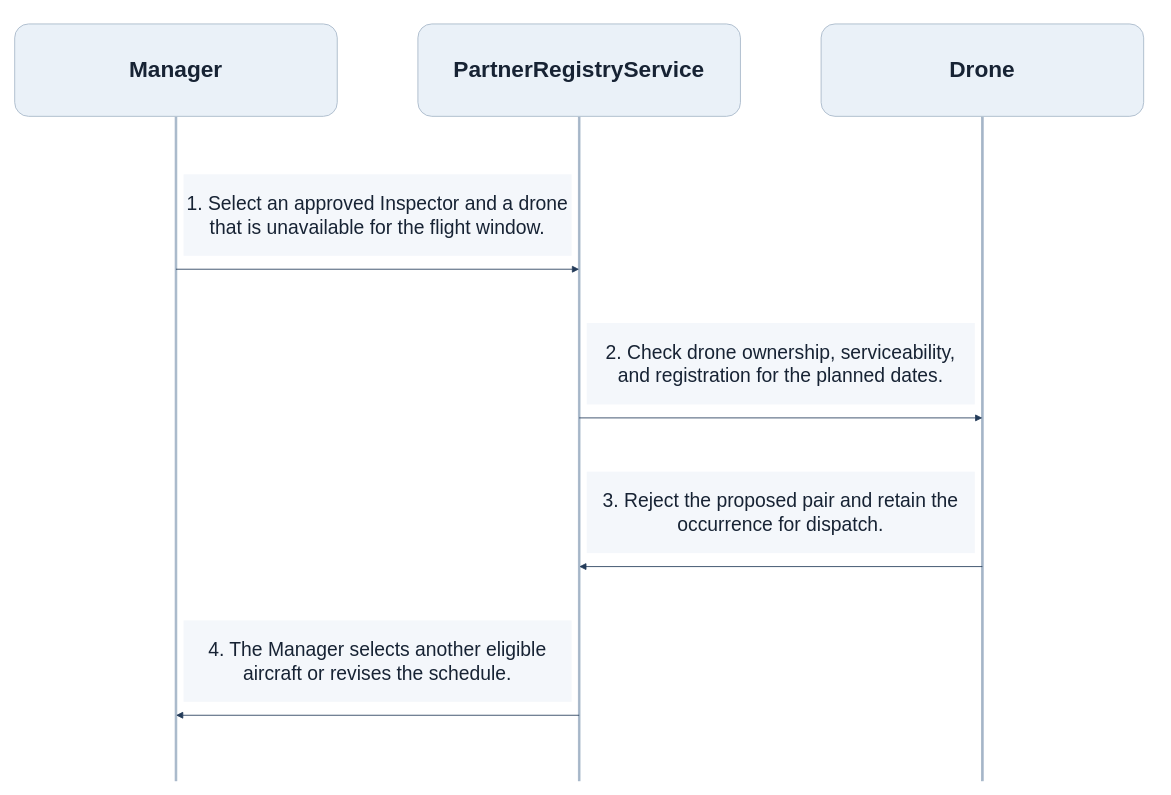
Above: page "FE-03 Drone Unavailable at Dispatch" (29 of 50) of diagrams/smartdrone-sequence-diagrams.drawio in tungbach12/SmartDroneInspection-Docs (draw.io), before the change. Source tidied: cells renumbered, new cells numbered last; positions are measured from the earlier drawing's top-left corner, leaving out a move shared by most shapes. Both pictures are drawn from the tidied source at 84%, with x=0, y=0 at pixel (14, 24).
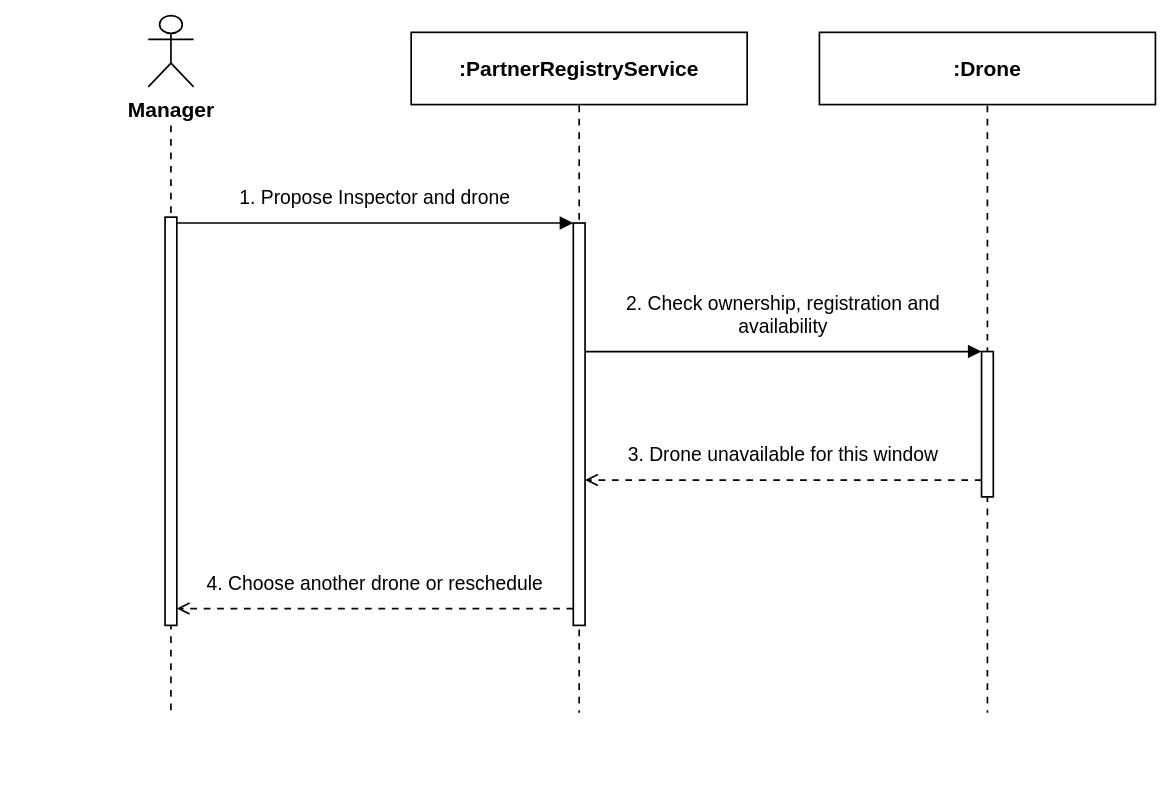
The same page after the edit.

Change to the diagram source:
```diff
@@
-<mxGraphModel>
+<mxGraphModel background="#ffffff">
@@
-    <mxCell id="2" value="Manager" style="rounded=1;whiteSpace=wrap;html=1;fillColor=#EAF1F8;strokeColor=#A5B6C8;fontColor=#172334;fontSize=27;fontStyle=1;" parent="1" vertex="1">
-      <mxGeometry width="384" height="110" as="geometry" />
+    <mxCell id="2" value="Manager" style="shape=umlActor;verticalLabelPosition=bottom;verticalAlign=top;html=1;fillColor=#ffffff;strokeColor=#000000;fontColor=#000000;fontStyle=1;fontSize=25;fontFamily=Helvetica;strokeWidth=2;spacingTop=5;" parent="1" vertex="1">
+      <mxGeometry x="159" y="-10" width="54" height="85" as="geometry" />
     </mxCell>
-    <mxCell id="3" style="strokeColor=#A5B6C8;fillColor=#A5B6C8;" parent="1" vertex="1">
-      <mxGeometry x="191" y="111" width="2" height="790" as="geometry" />
+    <mxCell id="3" style="line;strokeWidth=2;direction=south;html=1;dashed=1;dashPattern=4 4;strokeColor=#000000;fillColor=none;" parent="1" vertex="1">
+      <mxGeometry x="185" y="121" width="2" height="699" as="geometry" />
     </mxCell>
-    <mxCell id="4" value="PartnerRegistryService" style="rounded=1;whiteSpace=wrap;html=1;fillColor=#EAF1F8;strokeColor=#A5B6C8;fontColor=#172334;fontSize=27;fontStyle=1;" parent="1" vertex="1">
-      <mxGeometry x="480" width="384" height="110" as="geometry" />
+    <mxCell id="4" value=":PartnerRegistryService" style="rounded=0;whiteSpace=wrap;html=1;fillColor=#ffffff;strokeColor=#000000;strokeWidth=2;fontColor=#000000;fontStyle=1;fontSize=25;fontFamily=Helvetica;" parent="1" vertex="1">
+      <mxGeometry x="472" y="10" width="400" height="86" as="geometry" />
     </mxCell>
-    <mxCell id="5" style="strokeColor=#A5B6C8;fillColor=#A5B6C8;" parent="1" vertex="1">
-      <mxGeometry x="671" y="111" width="2" height="790" as="geometry" />
+    <mxCell id="5" style="line;strokeWidth=2;direction=south;html=1;dashed=1;dashPattern=4 4;strokeColor=#000000;fillColor=none;" parent="1" vertex="1">
+      <mxGeometry x="671" y="97" width="2" height="723" as="geometry" />
     </mxCell>
-    <mxCell id="6" value="Drone" style="rounded=1;whiteSpace=wrap;html=1;fillColor=#EAF1F8;strokeColor=#A5B6C8;fontColor=#172334;fontSize=27;fontStyle=1;" parent="1" vertex="1">
-      <mxGeometry x="960" width="384" height="110" as="geometry" />
+    <mxCell id="6" value=":Drone" style="rounded=0;whiteSpace=wrap;html=1;fillColor=#ffffff;strokeColor=#000000;strokeWidth=2;fontColor=#000000;fontStyle=1;fontSize=25;fontFamily=Helvetica;" parent="1" vertex="1">
+      <mxGeometry x="958" y="10" width="400" height="86" as="geometry" />
     </mxCell>
-    <mxCell id="7" style="strokeColor=#A5B6C8;fillColor=#A5B6C8;" parent="1" vertex="1">
-      <mxGeometry x="1151" y="111" width="2" height="790" as="geometry" />
+    <mxCell id="7" style="line;strokeWidth=2;direction=south;html=1;dashed=1;dashPattern=4 4;strokeColor=#000000;fillColor=none;" parent="1" vertex="1">
+      <mxGeometry x="1157" y="97" width="2" height="723" as="geometry" />
     </mxCell>
+    <mxCell id="16" style="rounded=0;whiteSpace=wrap;html=1;fillColor=#ffffff;strokeColor=#000000;strokeWidth=2;" parent="1" vertex="1">
+      <mxGeometry x="179" y="230" width="14" height="486" as="geometry" />
+    </mxCell>
+    <mxCell id="17" style="rounded=0;whiteSpace=wrap;html=1;fillColor=#ffffff;strokeColor=#000000;strokeWidth=2;" parent="1" vertex="1">
+      <mxGeometry x="665" y="237" width="14" height="479" as="geometry" />
+    </mxCell>
+    <mxCell id="18" style="rounded=0;whiteSpace=wrap;html=1;fillColor=#ffffff;strokeColor=#000000;strokeWidth=2;" parent="1" vertex="1">
+      <mxGeometry x="1151" y="390" width="14" height="173" as="geometry" />
+    </mxCell>
+    <mxCell id="9" style="html=1;strokeColor=#000000;strokeWidth=2;endSize=11;endArrow=block;endFill=1;" parent="1" edge="1">
+      <mxGeometry relative="1" as="geometry">
+        <mxPoint x="193" y="237" as="sourcePoint" />
+        <mxPoint x="665" y="237" as="targetPoint" />
+      </mxGeometry>
+    </mxCell>
-    <mxCell id="8" value="1. Select an approved Inspector and a drone that is unavailable for the flight window." style="text;html=1;whiteSpace=wrap;align=center;verticalAlign=middle;strokeColor=none;fillColor=none;fontColor=#172334;fontSize=27;fillColor=#F4F7FB;fontSize=23;" parent="1" vertex="1">
-      <mxGeometry x="201" y="179" width="462" height="97" as="geometry" />
+    <mxCell id="8" value="1. Propose Inspector and drone" style="text;html=1;strokeColor=none;fillColor=none;align=center;verticalAlign=middle;whiteSpace=wrap;fontColor=#000000;fontFamily=Helvetica;fontSize=23;verticalAlign=bottom;" parent="1" vertex="1">
+      <mxGeometry x="206" y="107" width="446" height="117" as="geometry" />
     </mxCell>
-    <mxCell id="9" style="endArrow=block;endFill=1;html=1;strokeColor=#233B59;fontColor=#172334;fontSize=23;" parent="1" edge="1">
-      <mxGeometry relative="1" as="geometry">
-        <mxPoint x="192" y="292" as="sourcePoint" />
-        <mxPoint x="672" y="292" as="targetPoint" />
-      </mxGeometry>
-    </mxCell>
+    <mxCell id="11" style="html=1;strokeColor=#000000;strokeWidth=2;endSize=11;endArrow=block;endFill=1;" parent="1" edge="1">
+      <mxGeometry relative="1" as="geometry">
+        <mxPoint x="679" y="390" as="sourcePoint" />
+        <mxPoint x="1151" y="390" as="targetPoint" />
+      </mxGeometry>
+    </mxCell>
-    <mxCell id="10" value="2. Check drone ownership, serviceability, and registration for the planned dates." style="text;html=1;whiteSpace=wrap;align=center;verticalAlign=middle;strokeColor=none;fillColor=none;fontColor=#172334;fontSize=27;fillColor=#F4F7FB;fontSize=23;" parent="1" vertex="1">
-      <mxGeometry x="681" y="356" width="462" height="97" as="geometry" />
+    <mxCell id="10" value="2. Check ownership, registration and availability" style="text;html=1;strokeColor=none;fillColor=none;align=center;verticalAlign=middle;whiteSpace=wrap;fontColor=#000000;fontFamily=Helvetica;fontSize=23;verticalAlign=bottom;" parent="1" vertex="1">
+      <mxGeometry x="692" y="260" width="446" height="117" as="geometry" />
     </mxCell>
-    <mxCell id="11" style="endArrow=block;endFill=1;html=1;strokeColor=#233B59;fontColor=#172334;fontSize=23;" parent="1" edge="1">
-      <mxGeometry relative="1" as="geometry">
-        <mxPoint x="672" y="469" as="sourcePoint" />
-        <mxPoint x="1152" y="469" as="targetPoint" />
-      </mxGeometry>
-    </mxCell>
+    <mxCell id="13" style="html=1;strokeColor=#000000;strokeWidth=2;endSize=11;dashed=1;dashPattern=4 4;endArrow=open;endFill=0;" parent="1" edge="1">
+      <mxGeometry relative="1" as="geometry">
+        <mxPoint x="1151" y="543" as="sourcePoint" />
+        <mxPoint x="679" y="543" as="targetPoint" />
+      </mxGeometry>
+    </mxCell>
-    <mxCell id="12" value="3. Reject the proposed pair and retain the occurrence for dispatch." style="text;html=1;whiteSpace=wrap;align=center;verticalAlign=middle;strokeColor=none;fillColor=none;fontColor=#172334;fontSize=27;fillColor=#F4F7FB;fontSize=23;" parent="1" vertex="1">
-      <mxGeometry x="681" y="533" width="462" height="97" as="geometry" />
+    <mxCell id="12" value="3. Drone unavailable for this window" style="text;html=1;strokeColor=none;fillColor=none;align=center;verticalAlign=middle;whiteSpace=wrap;fontColor=#000000;fontFamily=Helvetica;fontSize=23;verticalAlign=bottom;" parent="1" vertex="1">
+      <mxGeometry x="692" y="413" width="446" height="117" as="geometry" />
     </mxCell>
-    <mxCell id="13" style="endArrow=block;endFill=1;html=1;strokeColor=#233B59;fontColor=#172334;fontSize=23;" parent="1" edge="1">
-      <mxGeometry relative="1" as="geometry">
-        <mxPoint x="1152" y="646" as="sourcePoint" />
-        <mxPoint x="672" y="646" as="targetPoint" />
-      </mxGeometry>
-    </mxCell>
+    <mxCell id="15" style="html=1;strokeColor=#000000;strokeWidth=2;endSize=11;dashed=1;dashPattern=4 4;endArrow=open;endFill=0;" parent="1" edge="1">
+      <mxGeometry relative="1" as="geometry">
+        <mxPoint x="665" y="696" as="sourcePoint" />
+        <mxPoint x="193" y="696" as="targetPoint" />
+      </mxGeometry>
+    </mxCell>
-    <mxCell id="14" value="4. The Manager selects another eligible aircraft or revises the schedule." style="text;html=1;whiteSpace=wrap;align=center;verticalAlign=middle;strokeColor=none;fillColor=none;fontColor=#172334;fontSize=27;fillColor=#F4F7FB;fontSize=23;" parent="1" vertex="1">
-      <mxGeometry x="201" y="710" width="462" height="97" as="geometry" />
+    <mxCell id="14" value="4. Choose another drone or reschedule" style="text;html=1;strokeColor=none;fillColor=none;align=center;verticalAlign=middle;whiteSpace=wrap;fontColor=#000000;fontFamily=Helvetica;fontSize=23;verticalAlign=bottom;" parent="1" vertex="1">
+      <mxGeometry x="206" y="566" width="446" height="117" as="geometry" />
     </mxCell>
-    <mxCell id="15" style="endArrow=block;endFill=1;html=1;strokeColor=#233B59;fontColor=#172334;fontSize=23;" parent="1" edge="1">
-      <mxGeometry relative="1" as="geometry">
-        <mxPoint x="672" y="823" as="sourcePoint" />
-        <mxPoint x="192" y="823" as="targetPoint" />
-      </mxGeometry>
-    </mxCell>
```
